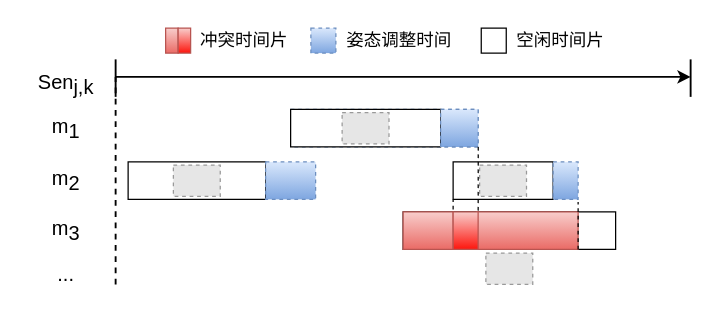
Kidulttt/drwaio keeps this draw.io diagram as 时间片划分.drawio. Above is the earlier version. Source tidied: cells renumbered, new cells numbered last; positions are measured from the earlier drawing's top-left corner, leaving out a move shared by most shapes. Both pictures are drawn from the tidied source at 125%, with x=0, y=0 at pixel (21, 21). Pictures stored in the file or linked from it are replaced by grey dashed boxes.
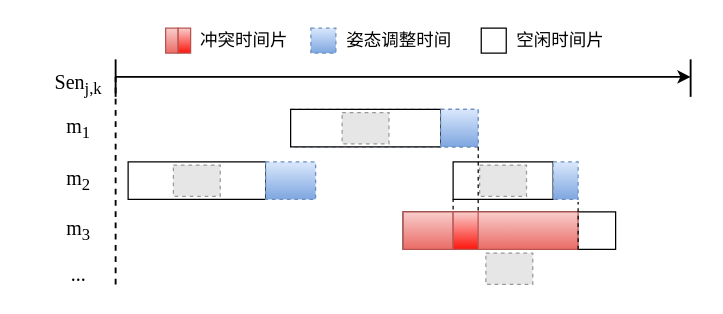
The same page after the edit.

Commit message (it also covers changes not shown here):
更新时间片划分.drawio

Diff of the diagram source:
```diff
@@
-    <mxCell id="6" value="Sen&lt;sub style=&quot;font-size: 16px;&quot;&gt;j,k&lt;/sub&gt;" style="text;html=1;align=center;verticalAlign=middle;strokeColor=none;fillColor=none;fontSize=16;" parent="1" vertex="1">
-      <mxGeometry y="30" width="70" height="40" as="geometry" />
+    <mxCell id="6" value="Sen&lt;span style=&quot;font-size: 16px;&quot;&gt;&lt;sub&gt;j,k&lt;/sub&gt;&lt;/span&gt;" style="text;html=1;align=center;verticalAlign=middle;strokeColor=none;fillColor=none;fontSize=16;fontFamily=Times New Roman;" parent="1" vertex="1">
+      <mxGeometry x="15" y="30" width="60" height="40" as="geometry" />
     </mxCell>
-    <mxCell id="7" value="m&lt;sub style=&quot;font-size: 16px;&quot;&gt;1&lt;/sub&gt;" style="text;html=1;align=center;verticalAlign=middle;strokeColor=none;fillColor=none;fontSize=16;" parent="1" vertex="1">
-      <mxGeometry x="10" y="65" width="50" height="40" as="geometry" />
+    <mxCell id="7" value="m&lt;span style=&quot;font-size: 16px;&quot;&gt;&lt;sub&gt;1&lt;/sub&gt;&lt;/span&gt;" style="text;html=1;align=center;verticalAlign=middle;strokeColor=none;fillColor=none;fontSize=16;fontFamily=Times New Roman;" parent="1" vertex="1">
+      <mxGeometry x="25" y="65" width="40" height="40" as="geometry" />
     </mxCell>
-    <mxCell id="8" value="m&lt;sub style=&quot;font-size: 16px;&quot;&gt;2&lt;/sub&gt;" style="text;html=1;align=center;verticalAlign=middle;strokeColor=none;fillColor=none;fontSize=16;" parent="1" vertex="1">
-      <mxGeometry x="10" y="107" width="50" height="40" as="geometry" />
+    <mxCell id="8" value="m&lt;span style=&quot;font-size: 16px;&quot;&gt;&lt;sub&gt;2&lt;/sub&gt;&lt;/span&gt;" style="text;html=1;align=center;verticalAlign=middle;strokeColor=none;fillColor=none;fontSize=16;fontFamily=Times New Roman;" parent="1" vertex="1">
+      <mxGeometry x="25" y="107" width="40" height="40" as="geometry" />
     </mxCell>
-    <mxCell id="9" value="m&lt;sub style=&quot;font-size: 16px;&quot;&gt;3&lt;/sub&gt;" style="text;html=1;align=center;verticalAlign=middle;strokeColor=none;fillColor=none;fontSize=16;" parent="1" vertex="1">
-      <mxGeometry x="10" y="147" width="50" height="40" as="geometry" />
+    <mxCell id="9" value="m&lt;span style=&quot;font-size: 16px;&quot;&gt;&lt;sub&gt;3&lt;/sub&gt;&lt;/span&gt;" style="text;html=1;align=center;verticalAlign=middle;strokeColor=none;fillColor=none;fontSize=16;fontFamily=Times New Roman;" parent="1" vertex="1">
+      <mxGeometry x="25" y="147" width="40" height="40" as="geometry" />
     </mxCell>
@@
-    <mxCell id="29" value="..." style="text;html=1;align=center;verticalAlign=middle;strokeColor=none;fillColor=none;fontSize=16;" parent="1" vertex="1">
-      <mxGeometry x="15" y="187" width="40" height="30" as="geometry" />
+    <mxCell id="29" value="..." style="text;html=1;align=center;verticalAlign=middle;strokeColor=none;fillColor=none;fontSize=16;fontFamily=Times New Roman;" parent="1" vertex="1">
+      <mxGeometry x="25" y="187" width="40" height="30" as="geometry" />
     </mxCell>
```
